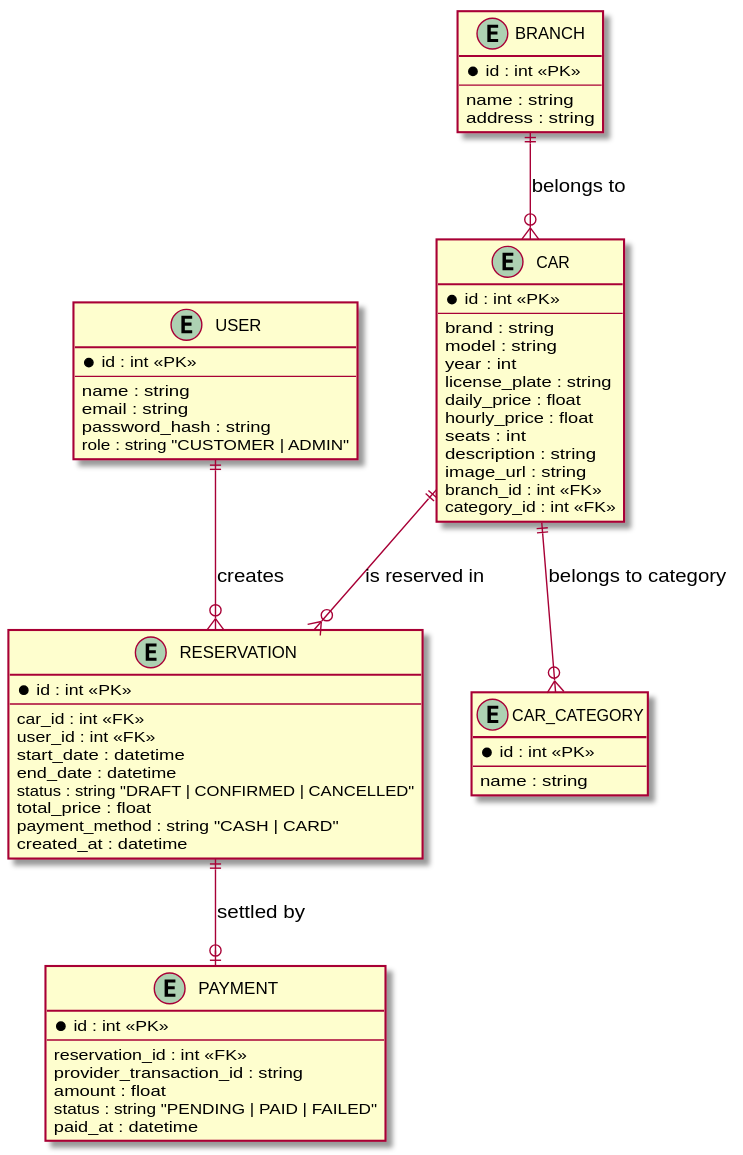
DavidMagyarics/CarRentalVSB keeps this PlantUML diagram as docs/diagrams/er-target.svg. Above is the earlier version.
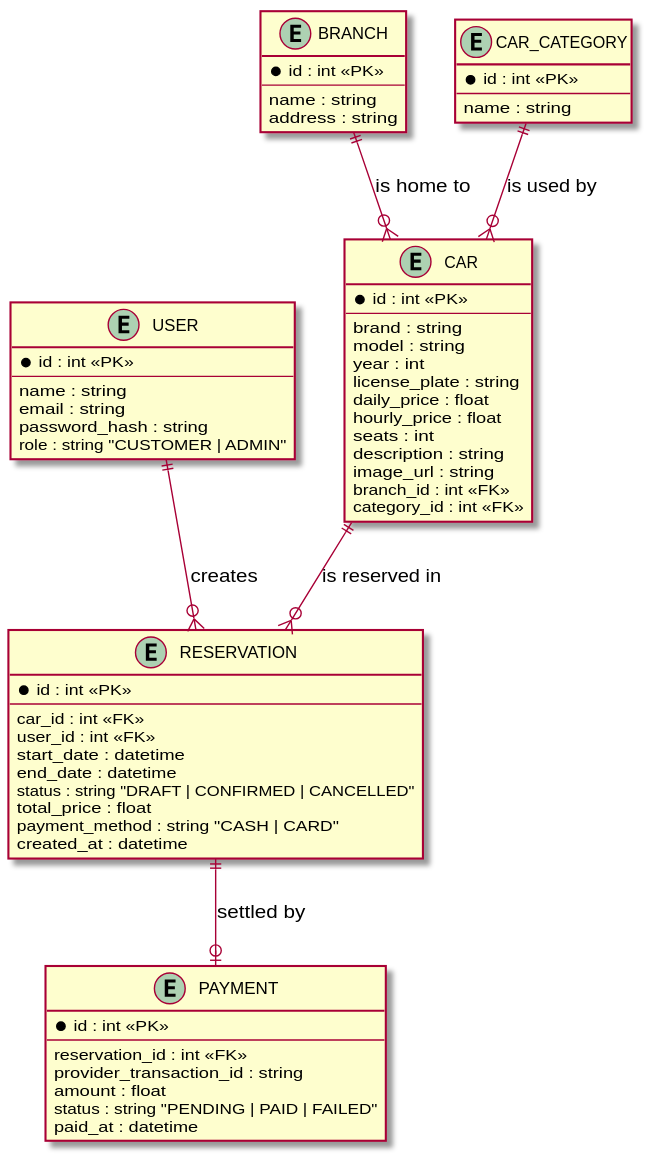
The same file after the commit.

Change to the diagram source:
```diff
@@ -64,7 +64,7 @@
 
 USER ||--o{ RESERVATION : "creates"
 CAR ||--o{ RESERVATION : "is reserved in"
-BRANCH ||--o{ CAR : "belongs to"
-CAR ||--o{ CAR_CATEGORY : "belongs to category"
+BRANCH ||--o{ CAR : "is home to"
+CAR_CATEGORY ||--o{ CAR : "is used by"
 RESERVATION ||--o| PAYMENT : "settled by"
 @enduml
```
